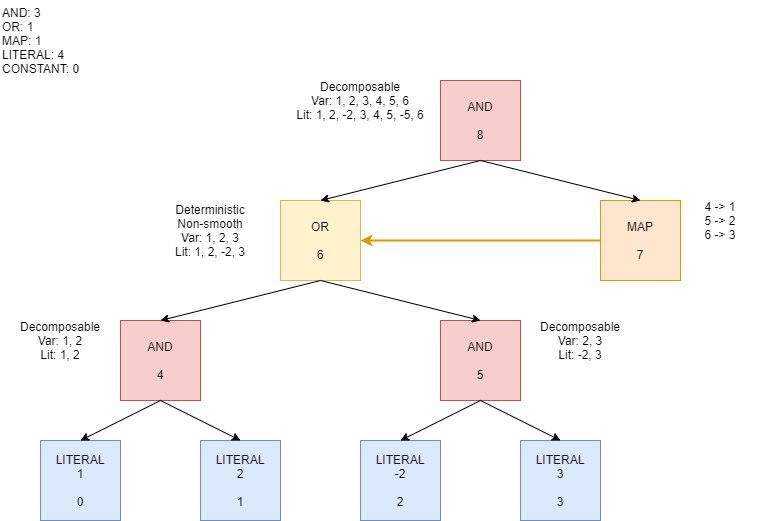
The draw.io diagram tests/circuit/node/images/circuits-Circuit 6.png in Illner/Cara, before a commit. Source tidied: cells renumbered, new cells last; positions are measured from the earlier drawing's top-left corner, leaving out a move shared by most shapes. The source it was exported from:
```xml
<mxGraphModel>
  <root>
    <mxCell id="0" />
    <mxCell id="1" parent="0" />
    <mxCell id="2" value="AND&lt;br&gt;&lt;br&gt;8" style="whiteSpace=wrap;html=1;fillColor=#f8cecc;strokeColor=#b85450;" parent="1" vertex="1">
      <mxGeometry x="440" y="80" width="80" height="80" as="geometry" />
    </mxCell>
    <mxCell id="3" value="OR&lt;br&gt;&lt;br&gt;6" style="whiteSpace=wrap;html=1;fillColor=#fff2cc;strokeColor=#d6b656;" parent="1" vertex="1">
      <mxGeometry x="280" y="200" width="80" height="80" as="geometry" />
    </mxCell>
    <mxCell id="4" value="Decomposable&lt;br&gt;Var: 1, 2, 3, 4, 5, 6&lt;br&gt;Lit: 1, 2, -2, 3, 4, 5, -5, 6" style="text;html=1;strokeColor=none;fillColor=none;align=center;verticalAlign=middle;whiteSpace=wrap;rounded=0;" parent="1" vertex="1">
      <mxGeometry x="280" y="80" width="160" height="40" as="geometry" />
    </mxCell>
    <mxCell id="5" value="Deterministic&lt;br&gt;Non-smooth&lt;br&gt;Var: 1, 2, 3&lt;br&gt;Lit: 1, 2, -2, 3" style="text;html=1;strokeColor=none;fillColor=none;align=center;verticalAlign=middle;whiteSpace=wrap;rounded=0;" parent="1" vertex="1">
      <mxGeometry x="150" y="210" width="120" height="40" as="geometry" />
    </mxCell>
    <mxCell id="6" value="AND: 3&lt;br&gt;OR: 1&lt;br&gt;MAP: 1&lt;br&gt;LITERAL: 4&lt;br&gt;CONSTANT: 0" style="text;html=1;strokeColor=none;fillColor=none;align=left;verticalAlign=middle;whiteSpace=wrap;rounded=0;" parent="1" vertex="1">
      <mxGeometry width="160" height="80" as="geometry" />
    </mxCell>
    <mxCell id="7" value="LITERAL&lt;br&gt;2&lt;br&gt;&lt;br&gt;1" style="whiteSpace=wrap;html=1;fillColor=#dae8fc;strokeColor=#6c8ebf;" parent="1" vertex="1">
      <mxGeometry x="200" y="440" width="80" height="80" as="geometry" />
    </mxCell>
    <mxCell id="8" value="LITERAL&lt;br&gt;1&lt;br&gt;&lt;br&gt;0" style="whiteSpace=wrap;html=1;fillColor=#dae8fc;strokeColor=#6c8ebf;" parent="1" vertex="1">
      <mxGeometry x="40" y="440" width="80" height="80" as="geometry" />
    </mxCell>
    <mxCell id="9" value="LITERAL&lt;br&gt;-2&lt;br&gt;&lt;br&gt;2" style="whiteSpace=wrap;html=1;fillColor=#dae8fc;strokeColor=#6c8ebf;" parent="1" vertex="1">
      <mxGeometry x="360" y="440" width="80" height="80" as="geometry" />
    </mxCell>
    <mxCell id="10" value="LITERAL&lt;br&gt;3&lt;br&gt;&lt;br&gt;3" style="whiteSpace=wrap;html=1;fillColor=#dae8fc;strokeColor=#6c8ebf;" parent="1" vertex="1">
      <mxGeometry x="520" y="440" width="80" height="80" as="geometry" />
    </mxCell>
    <mxCell id="11" value="AND&lt;br&gt;&lt;br&gt;4" style="whiteSpace=wrap;html=1;fillColor=#f8cecc;strokeColor=#b85450;" parent="1" vertex="1">
      <mxGeometry x="120" y="320" width="80" height="80" as="geometry" />
    </mxCell>
    <mxCell id="12" value="AND&lt;br&gt;&lt;br&gt;5" style="whiteSpace=wrap;html=1;fillColor=#f8cecc;strokeColor=#b85450;" parent="1" vertex="1">
      <mxGeometry x="440" y="320" width="80" height="80" as="geometry" />
    </mxCell>
    <mxCell id="13" value="Decomposable&lt;br&gt;Var: 1, 2&lt;br&gt;Lit: 1, 2" style="text;html=1;strokeColor=none;fillColor=none;align=center;verticalAlign=middle;whiteSpace=wrap;rounded=0;" parent="1" vertex="1">
      <mxGeometry y="320" width="120" height="40" as="geometry" />
    </mxCell>
    <mxCell id="14" value="Decomposable&lt;br&gt;Var: 2, 3&lt;br&gt;Lit: -2, 3" style="text;html=1;strokeColor=none;fillColor=none;align=center;verticalAlign=middle;whiteSpace=wrap;rounded=0;" parent="1" vertex="1">
      <mxGeometry x="520" y="320" width="120" height="40" as="geometry" />
    </mxCell>
    <mxCell id="15" style="endArrow=classic;html=1;exitX=0.5;exitY=1;exitDx=0;exitDy=0;entryX=0.5;entryY=0;entryDx=0;entryDy=0;" parent="1" edge="1" source="11" target="8">
      <mxGeometry relative="1" as="geometry" />
    </mxCell>
    <mxCell id="16" style="endArrow=classic;html=1;exitX=0.5;exitY=1;exitDx=0;exitDy=0;entryX=0.5;entryY=0;entryDx=0;entryDy=0;" parent="1" edge="1" source="11" target="7">
      <mxGeometry relative="1" as="geometry" />
    </mxCell>
    <mxCell id="17" style="endArrow=classic;html=1;exitX=0.5;exitY=1;exitDx=0;exitDy=0;entryX=0.5;entryY=0;entryDx=0;entryDy=0;" parent="1" edge="1" source="12" target="9">
      <mxGeometry relative="1" as="geometry" />
    </mxCell>
    <mxCell id="18" style="endArrow=classic;html=1;exitX=0.5;exitY=1;exitDx=0;exitDy=0;entryX=0.5;entryY=0;entryDx=0;entryDy=0;" parent="1" edge="1" source="12" target="10">
      <mxGeometry relative="1" as="geometry" />
    </mxCell>
    <mxCell id="19" style="endArrow=classic;html=1;exitX=0.5;exitY=1;exitDx=0;exitDy=0;entryX=0.5;entryY=0;entryDx=0;entryDy=0;" parent="1" edge="1" source="3" target="11">
      <mxGeometry relative="1" as="geometry" />
    </mxCell>
    <mxCell id="20" style="endArrow=classic;html=1;exitX=0.5;exitY=1;exitDx=0;exitDy=0;entryX=0.5;entryY=0;entryDx=0;entryDy=0;" parent="1" edge="1" source="3" target="12">
      <mxGeometry relative="1" as="geometry" />
    </mxCell>
    <mxCell id="21" value="MAP&lt;br&gt;&lt;br&gt;7" style="whiteSpace=wrap;html=1;fillColor=#ffe6cc;strokeColor=#d79b00;" parent="1" vertex="1">
      <mxGeometry x="600" y="200" width="80" height="80" as="geometry" />
    </mxCell>
    <mxCell id="22" value="4 -&amp;gt; 1&lt;br&gt;5 -&amp;gt; 2&lt;br&gt;6 -&amp;gt; 3" style="text;html=1;strokeColor=none;fillColor=none;align=center;verticalAlign=middle;whiteSpace=wrap;rounded=0;" parent="1" vertex="1">
      <mxGeometry x="680" y="200" width="80" height="40" as="geometry" />
    </mxCell>
    <mxCell id="23" style="endArrow=classic;html=1;exitX=0.5;exitY=1;exitDx=0;exitDy=0;entryX=0.5;entryY=0;entryDx=0;entryDy=0;" parent="1" edge="1" source="2" target="3">
      <mxGeometry relative="1" as="geometry" />
    </mxCell>
    <mxCell id="24" style="endArrow=classic;html=1;exitX=0.5;exitY=1;exitDx=0;exitDy=0;entryX=0.5;entryY=0;entryDx=0;entryDy=0;" parent="1" edge="1" source="2" target="21">
      <mxGeometry relative="1" as="geometry" />
    </mxCell>
    <mxCell id="25" style="endArrow=classic;html=1;exitX=0;exitY=0.5;exitDx=0;exitDy=0;entryX=1;entryY=0.5;entryDx=0;entryDy=0;fillColor=#ffe6cc;strokeColor=#d79b00;strokeWidth=2;" parent="1" edge="1" source="21" target="3">
      <mxGeometry relative="1" as="geometry" />
    </mxCell>
  </root>
</mxGraphModel>
```
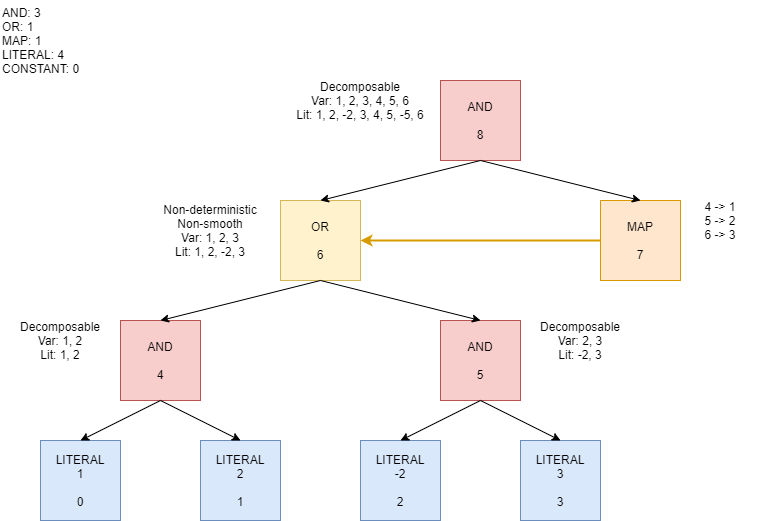
After the commit.

What changed in the source:
```diff
@@ -11,7 +11,7 @@
     <mxCell id="4" value="Decomposable&lt;br&gt;Var: 1, 2, 3, 4, 5, 6&lt;br&gt;Lit: 1, 2, -2, 3, 4, 5, -5, 6" style="text;html=1;strokeColor=none;fillColor=none;align=center;verticalAlign=middle;whiteSpace=wrap;rounded=0;" parent="1" vertex="1">
       <mxGeometry x="280" y="80" width="160" height="40" as="geometry" />
     </mxCell>
-    <mxCell id="5" value="Deterministic&lt;br&gt;Non-smooth&lt;br&gt;Var: 1, 2, 3&lt;br&gt;Lit: 1, 2, -2, 3" style="text;html=1;strokeColor=none;fillColor=none;align=center;verticalAlign=middle;whiteSpace=wrap;rounded=0;" parent="1" vertex="1">
+    <mxCell id="5" value="Non-deterministic&lt;br&gt;Non-smooth&lt;br&gt;Var: 1, 2, 3&lt;br&gt;Lit: 1, 2, -2, 3" style="text;html=1;strokeColor=none;fillColor=none;align=center;verticalAlign=middle;whiteSpace=wrap;rounded=0;" parent="1" vertex="1">
       <mxGeometry x="150" y="210" width="120" height="40" as="geometry" />
     </mxCell>
     <mxCell id="6" value="AND: 3&lt;br&gt;OR: 1&lt;br&gt;MAP: 1&lt;br&gt;LITERAL: 4&lt;br&gt;CONSTANT: 0" style="text;html=1;strokeColor=none;fillColor=none;align=left;verticalAlign=middle;whiteSpace=wrap;rounded=0;" parent="1" vertex="1">
```
